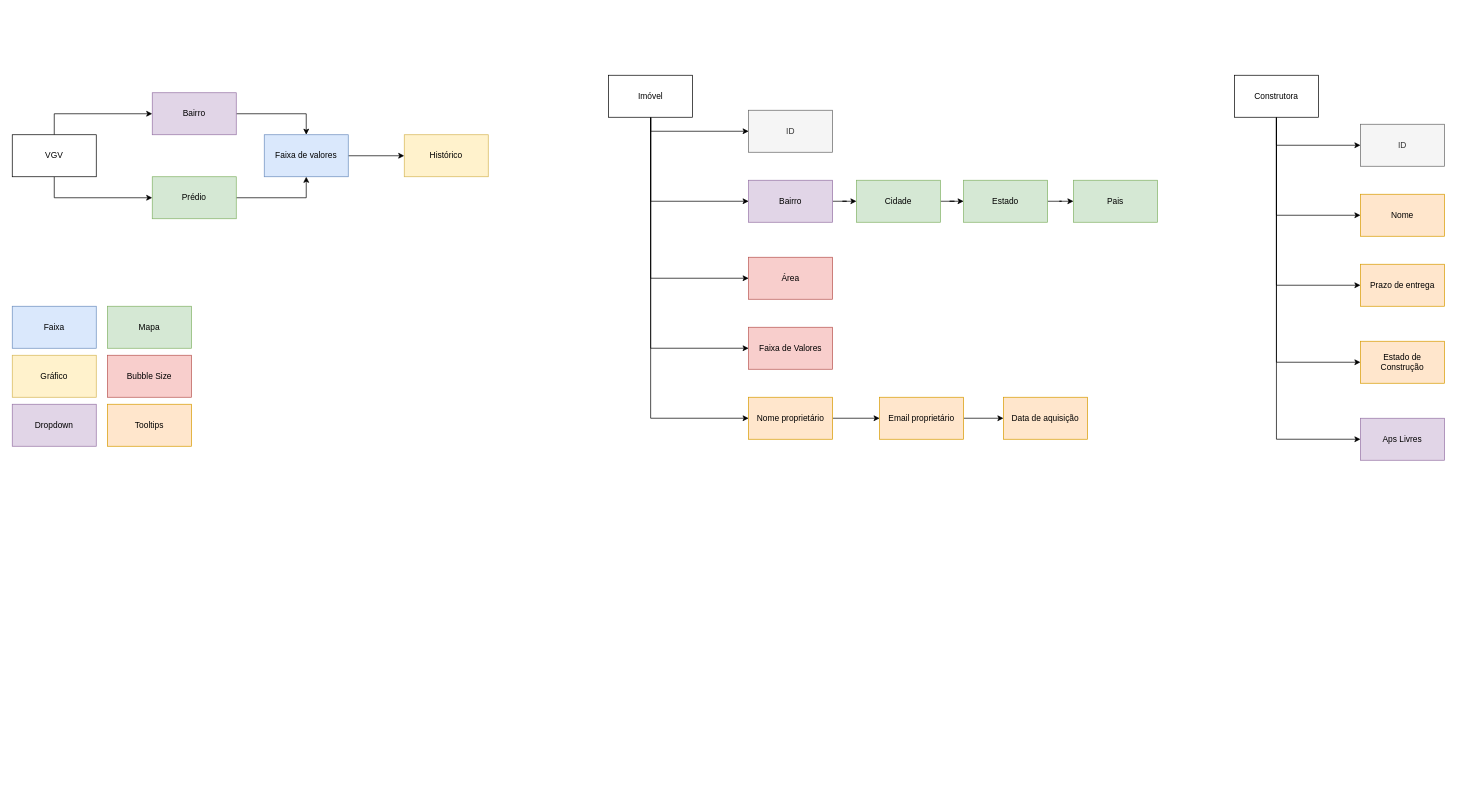
Before: Diagrama sem nome.drawio in gabriel-kasten/Acto, a draw.io diagram. Source tidied: cells renumbered, new cells numbered last; positions are measured from the earlier drawing's top-left corner, leaving out a move shared by most shapes. Both pictures are drawn from the tidied source at 70%, with x=0, y=0 at pixel (12, 75).
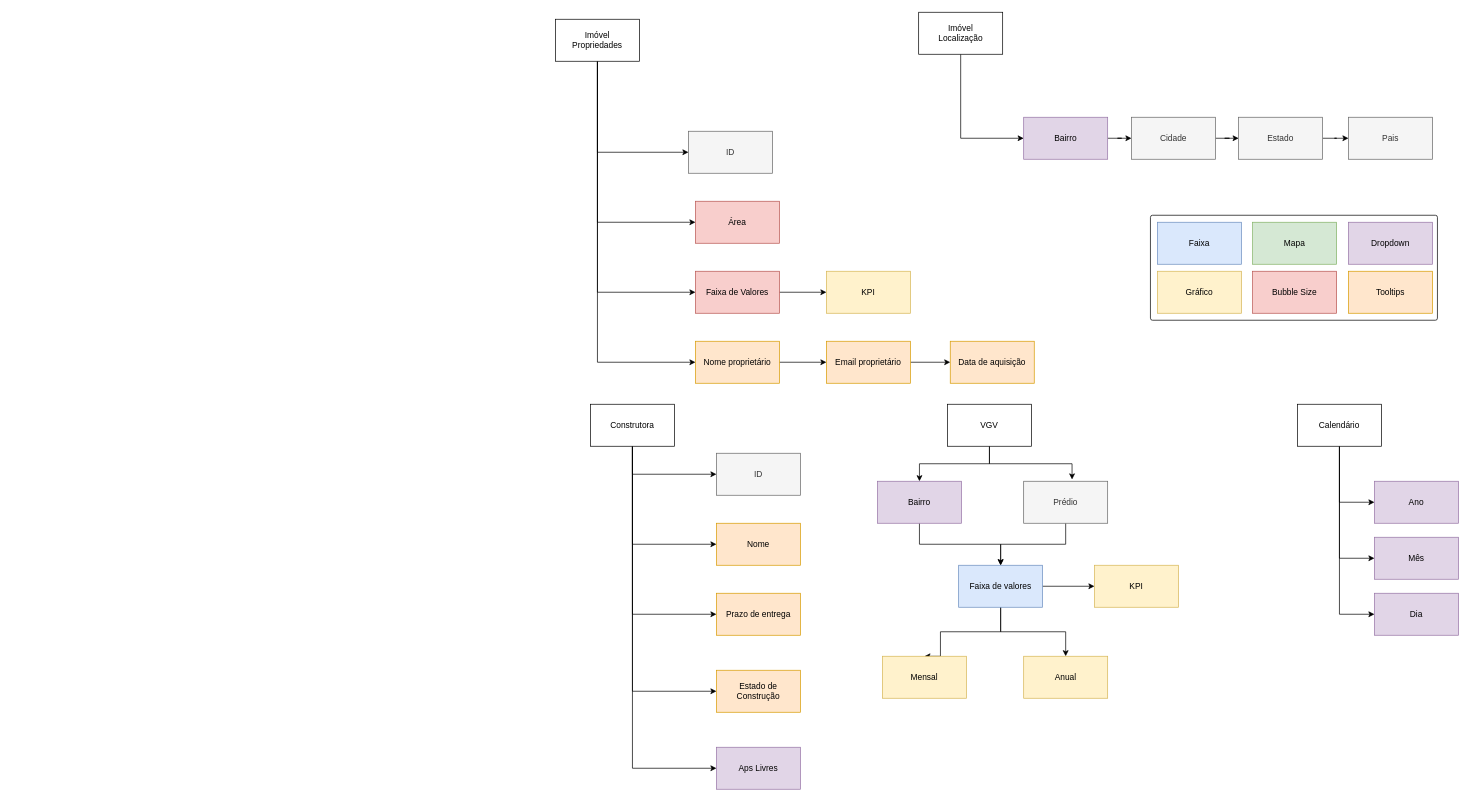
The same diagram, later.

Change to the diagram source:
```diff
@@
-    <mxCell id="2" style="edgeStyle=orthogonalEdgeStyle;rounded=0;jettySize=auto;html=1;exitX=0.5;exitY=1;exitDx=0;exitDy=0;" parent="1" edge="1" source="4" target="6">
-      <mxGeometry relative="1" as="geometry" />
-    </mxCell>
-    <mxCell id="3" style="edgeStyle=orthogonalEdgeStyle;rounded=0;jettySize=auto;html=1;entryX=0;entryY=0.5;entryDx=0;entryDy=0;" parent="1" edge="1" source="4" target="8">
-      <mxGeometry relative="1" as="geometry">
-        <Array as="points">
-          <mxPoint x="60" y="55" />
-        </Array>
-      </mxGeometry>
-    </mxCell>
-    <mxCell id="4" value="VGV" style="rounded=0;whiteSpace=wrap;html=1;" parent="1" vertex="1">
-      <mxGeometry y="85" width="120" height="60" as="geometry" />
-    </mxCell>
-    <mxCell id="5" style="edgeStyle=orthogonalEdgeStyle;rounded=0;jettySize=auto;html=1;entryX=0.5;entryY=1;entryDx=0;entryDy=0;" parent="1" edge="1" source="6" target="18">
-      <mxGeometry relative="1" as="geometry" />
-    </mxCell>
+    <mxCell id="50" style="edgeStyle=orthogonalEdgeStyle;rounded=0;jettySize=auto;html=1;" parent="1" edge="1" source="6">
+      <mxGeometry relative="1" as="geometry">
+        <mxPoint x="1412" y="700" as="targetPoint" />
+        <Array as="points">
+          <mxPoint x="1505" y="670" />
+          <mxPoint x="1412" y="670" />
+        </Array>
+      </mxGeometry>
+    </mxCell>
-    <mxCell id="6" value="Prédio" style="rounded=0;whiteSpace=wrap;html=1;fillColor=#d5e8d4;strokeColor=#82b366;" parent="1" vertex="1">
-      <mxGeometry x="200" y="145" width="120" height="60" as="geometry" />
+    <mxCell id="6" value="Prédio" style="rounded=0;whiteSpace=wrap;html=1;fillColor=#f5f5f5;strokeColor=#666666;fontColor=#333333;" parent="1" vertex="1">
+      <mxGeometry x="1444.9" y="580" width="120" height="60" as="geometry" />
     </mxCell>
-    <mxCell id="7" style="edgeStyle=orthogonalEdgeStyle;rounded=0;jettySize=auto;html=1;entryX=0.5;entryY=0;entryDx=0;entryDy=0;" parent="1" edge="1" source="8" target="18">
-      <mxGeometry relative="1" as="geometry" />
-    </mxCell>
-    <mxCell id="8" value="Bairro" style="rounded=0;whiteSpace=wrap;html=1;fillColor=#e1d5e7;strokeColor=#9673a6;" parent="1" vertex="1">
-      <mxGeometry x="200" y="25" width="120" height="60" as="geometry" />
-    </mxCell>
-    <mxCell id="9" style="edgeStyle=orthogonalEdgeStyle;rounded=0;jettySize=auto;html=1;exitX=0.5;exitY=1;exitDx=0;exitDy=0;" parent="1" edge="1" source="14" target="16">
-      <mxGeometry relative="1" as="geometry">
-        <Array as="points">
-          <mxPoint x="912" y="180" />
-        </Array>
-      </mxGeometry>
-    </mxCell>
@@
     <mxCell id="13" style="edgeStyle=orthogonalEdgeStyle;rounded=0;jettySize=auto;html=1;entryX=0;entryY=0.5;entryDx=0;entryDy=0;" parent="1" edge="1" source="14" target="37">
       <mxGeometry relative="1" as="geometry">
         <Array as="points">
-          <mxPoint x="912" y="80" />
+          <mxPoint x="836" y="110" />
         </Array>
       </mxGeometry>
     </mxCell>
-    <mxCell id="14" value="Imóvel" style="rounded=0;whiteSpace=wrap;html=1;" parent="1" vertex="1">
-      <mxGeometry x="852" width="120" height="60" as="geometry" />
+    <mxCell id="14" value="Imóvel&lt;br&gt;Propriedades" style="rounded=0;whiteSpace=wrap;html=1;" parent="1" vertex="1">
+      <mxGeometry x="776" y="-80" width="120" height="60" as="geometry" />
     </mxCell>
-    <mxCell id="15" style="edgeStyle=orthogonalEdgeStyle;rounded=0;jettySize=auto;html=1;" parent="1" edge="1" source="16" target="30">
-      <mxGeometry relative="1" as="geometry" />
+    <mxCell id="15" style="edgeStyle=orthogonalEdgeStyle;rounded=0;orthogonalLoop=1;jettySize=auto;html=1;" parent="1" edge="1">
+      <mxGeometry relative="1" as="geometry">
+        <mxPoint x="1096" y="100.1" as="sourcePoint" />
+      </mxGeometry>
     </mxCell>
-    <mxCell id="16" value="Bairro" style="rounded=0;whiteSpace=wrap;html=1;fillColor=#e1d5e7;strokeColor=#9673a6;" parent="1" vertex="1">
-      <mxGeometry x="1052" y="150" width="120" height="60" as="geometry" />
-    </mxCell>
-    <mxCell id="17" style="edgeStyle=orthogonalEdgeStyle;rounded=0;jettySize=auto;html=1;" parent="1" edge="1" source="18" target="19">
-      <mxGeometry relative="1" as="geometry" />
-    </mxCell>
+    <mxCell id="51" style="edgeStyle=orthogonalEdgeStyle;rounded=0;jettySize=auto;html=1;" parent="1" edge="1" source="18" target="59">
+      <mxGeometry relative="1" as="geometry" />
+    </mxCell>
+    <mxCell id="52" style="edgeStyle=orthogonalEdgeStyle;rounded=0;jettySize=auto;html=1;exitX=1;exitY=0.5;exitDx=0;exitDy=0;entryX=0.5;entryY=0;entryDx=0;entryDy=0;" parent="1" edge="1" source="18" target="60">
+      <mxGeometry relative="1" as="geometry">
+        <Array as="points">
+          <mxPoint x="1412" y="730" />
+          <mxPoint x="1412" y="795" />
+          <mxPoint x="1326" y="795" />
+        </Array>
+      </mxGeometry>
+    </mxCell>
+    <mxCell id="53" style="edgeStyle=orthogonalEdgeStyle;rounded=0;jettySize=auto;html=1;entryX=0;entryY=0.5;entryDx=0;entryDy=0;" parent="1" edge="1" source="18" target="67">
+      <mxGeometry relative="1" as="geometry" />
+    </mxCell>
     <mxCell id="18" value="Faixa de valores" style="rounded=0;whiteSpace=wrap;html=1;fillColor=#dae8fc;strokeColor=#6c8ebf;" parent="1" vertex="1">
-      <mxGeometry x="360" y="85" width="120" height="60" as="geometry" />
+      <mxGeometry x="1352" y="700" width="120" height="60" as="geometry" />
     </mxCell>
-    <mxCell id="19" value="Histórico" style="rounded=0;whiteSpace=wrap;html=1;fillColor=#fff2cc;strokeColor=#d6b656;" parent="1" vertex="1">
-      <mxGeometry x="560" y="85" width="120" height="60" as="geometry" />
-    </mxCell>
     <mxCell id="20" value="Dropdown" style="rounded=0;whiteSpace=wrap;html=1;fillColor=#e1d5e7;strokeColor=#9673a6;" parent="1" vertex="1">
-      <mxGeometry y="470" width="120" height="60" as="geometry" />
+      <mxGeometry x="1908.9" y="210" width="120" height="60" as="geometry" />
     </mxCell>
     <mxCell id="21" value="Mapa" style="rounded=0;whiteSpace=wrap;html=1;fillColor=#d5e8d4;strokeColor=#82b366;" parent="1" vertex="1">
-      <mxGeometry x="136" y="330" width="120" height="60" as="geometry" />
+      <mxGeometry x="1772" y="210" width="120" height="60" as="geometry" />
     </mxCell>
     <mxCell id="22" value="Gráfico" style="rounded=0;whiteSpace=wrap;html=1;fillColor=#fff2cc;strokeColor=#d6b656;" parent="1" vertex="1">
-      <mxGeometry y="400" width="120" height="60" as="geometry" />
+      <mxGeometry x="1636" y="280" width="120" height="60" as="geometry" />
     </mxCell>
     <mxCell id="23" value="Faixa" style="rounded=0;whiteSpace=wrap;html=1;fillColor=#dae8fc;strokeColor=#6c8ebf;" parent="1" vertex="1">
-      <mxGeometry y="330" width="120" height="60" as="geometry" />
+      <mxGeometry x="1636" y="210" width="120" height="60" as="geometry" />
     </mxCell>
     <mxCell id="24" value="Área" style="rounded=0;whiteSpace=wrap;html=1;fillColor=#f8cecc;strokeColor=#b85450;" parent="1" vertex="1">
-      <mxGeometry x="1052" y="260" width="120" height="60" as="geometry" />
+      <mxGeometry x="976" y="180" width="120" height="60" as="geometry" />
     </mxCell>
+    <mxCell id="54" style="edgeStyle=orthogonalEdgeStyle;rounded=0;jettySize=auto;html=1;" parent="1" edge="1" source="25" target="75">
+      <mxGeometry relative="1" as="geometry" />
+    </mxCell>
     <mxCell id="25" value="Faixa de Valores" style="rounded=0;whiteSpace=wrap;html=1;fillColor=#f8cecc;strokeColor=#b85450;" parent="1" vertex="1">
-      <mxGeometry x="1052" y="360" width="120" height="60" as="geometry" />
+      <mxGeometry x="976" y="280" width="120" height="60" as="geometry" />
     </mxCell>
@@
     <mxCell id="27" value="Nome proprietário" style="rounded=0;whiteSpace=wrap;html=1;fillColor=#ffe6cc;strokeColor=#d79b00;" parent="1" vertex="1">
-      <mxGeometry x="1052" y="460" width="120" height="60" as="geometry" />
+      <mxGeometry x="976" y="380" width="120" height="60" as="geometry" />
     </mxCell>
     <mxCell id="28" value="Data de aquisição" style="rounded=0;whiteSpace=wrap;html=1;fillColor=#ffe6cc;strokeColor=#d79b00;" parent="1" vertex="1">
-      <mxGeometry x="1416" y="460" width="120" height="60" as="geometry" />
+      <mxGeometry x="1340" y="380" width="120" height="60" as="geometry" />
     </mxCell>
-    <mxCell id="29" style="edgeStyle=orthogonalEdgeStyle;rounded=0;jettySize=auto;html=1;" parent="1" edge="1" source="30" target="32">
-      <mxGeometry relative="1" as="geometry" />
+    <mxCell id="29" style="edgeStyle=orthogonalEdgeStyle;rounded=0;orthogonalLoop=1;jettySize=auto;html=1;" parent="1" edge="1">
+      <mxGeometry relative="1" as="geometry">
+        <mxPoint x="1250" y="100.1" as="sourcePoint" />
+      </mxGeometry>
     </mxCell>
-    <mxCell id="30" value="Cidade" style="rounded=0;whiteSpace=wrap;html=1;fillColor=#d5e8d4;strokeColor=#82b366;" parent="1" vertex="1">
-      <mxGeometry x="1206" y="150" width="120" height="60" as="geometry" />
-    </mxCell>
-    <mxCell id="31" style="edgeStyle=orthogonalEdgeStyle;rounded=0;jettySize=auto;html=1;" parent="1" edge="1" source="32" target="33">
-      <mxGeometry relative="1" as="geometry" />
+    <mxCell id="31" style="edgeStyle=orthogonalEdgeStyle;rounded=0;orthogonalLoop=1;jettySize=auto;html=1;" parent="1" edge="1">
+      <mxGeometry relative="1" as="geometry">
+        <mxPoint x="1403.1" y="100.1" as="sourcePoint" />
+      </mxGeometry>
     </mxCell>
-    <mxCell id="32" value="Estado" style="rounded=0;whiteSpace=wrap;html=1;fillColor=#d5e8d4;strokeColor=#82b366;" parent="1" vertex="1">
-      <mxGeometry x="1359.1" y="150" width="120" height="60" as="geometry" />
-    </mxCell>
-    <mxCell id="33" value="Pais" style="rounded=0;whiteSpace=wrap;html=1;fillColor=#d5e8d4;strokeColor=#82b366;" parent="1" vertex="1">
-      <mxGeometry x="1516" y="150" width="120" height="60" as="geometry" />
-    </mxCell>
@@
     <mxCell id="35" value="Email proprietário" style="rounded=0;whiteSpace=wrap;html=1;fillColor=#ffe6cc;strokeColor=#d79b00;" parent="1" vertex="1">
-      <mxGeometry x="1239.1" y="460" width="120" height="60" as="geometry" />
+      <mxGeometry x="1163.1" y="380" width="120" height="60" as="geometry" />
     </mxCell>
     <mxCell id="36" value="Bubble Size" style="rounded=0;whiteSpace=wrap;html=1;fillColor=#f8cecc;strokeColor=#b85450;" parent="1" vertex="1">
-      <mxGeometry x="136" y="400" width="120" height="60" as="geometry" />
+      <mxGeometry x="1772" y="280" width="120" height="60" as="geometry" />
     </mxCell>
     <mxCell id="37" value="ID" style="rounded=0;whiteSpace=wrap;html=1;fillColor=#f5f5f5;fontColor=#333333;strokeColor=#666666;" parent="1" vertex="1">
-      <mxGeometry x="1052" y="50" width="120" height="60" as="geometry" />
+      <mxGeometry x="966" y="80" width="120" height="60" as="geometry" />
     </mxCell>
     <mxCell id="38" style="edgeStyle=orthogonalEdgeStyle;rounded=0;jettySize=auto;html=1;entryX=0;entryY=0.5;entryDx=0;entryDy=0;" parent="1" edge="1" source="43" target="44">
       <mxGeometry relative="1" as="geometry">
         <Array as="points">
-          <mxPoint x="1806" y="100" />
+          <mxPoint x="886" y="570" />
         </Array>
       </mxGeometry>
     </mxCell>
     <mxCell id="39" style="edgeStyle=orthogonalEdgeStyle;rounded=0;jettySize=auto;html=1;entryX=0;entryY=0.5;entryDx=0;entryDy=0;" parent="1" edge="1" source="43" target="45">
       <mxGeometry relative="1" as="geometry">
         <Array as="points">
-          <mxPoint x="1806" y="200" />
+          <mxPoint x="886" y="670" />
         </Array>
       </mxGeometry>
     </mxCell>
     <mxCell id="40" style="edgeStyle=orthogonalEdgeStyle;rounded=0;jettySize=auto;html=1;entryX=0;entryY=0.5;entryDx=0;entryDy=0;" parent="1" edge="1" source="43" target="46">
       <mxGeometry relative="1" as="geometry">
         <Array as="points">
-          <mxPoint x="1806" y="300" />
+          <mxPoint x="886" y="770" />
         </Array>
       </mxGeometry>
     </mxCell>
     <mxCell id="41" style="edgeStyle=orthogonalEdgeStyle;rounded=0;jettySize=auto;html=1;entryX=0;entryY=0.5;entryDx=0;entryDy=0;" parent="1" edge="1" source="43" target="48">
       <mxGeometry relative="1" as="geometry">
         <Array as="points">
-          <mxPoint x="1806" y="410" />
+          <mxPoint x="886" y="880" />
         </Array>
       </mxGeometry>
     </mxCell>
     <mxCell id="42" style="edgeStyle=orthogonalEdgeStyle;rounded=0;jettySize=auto;html=1;entryX=0;entryY=0.5;entryDx=0;entryDy=0;" parent="1" edge="1" source="43" target="47">
       <mxGeometry relative="1" as="geometry">
         <Array as="points">
-          <mxPoint x="1806" y="520" />
+          <mxPoint x="886" y="990" />
         </Array>
       </mxGeometry>
     </mxCell>
     <mxCell id="43" value="Construtora" style="rounded=0;whiteSpace=wrap;html=1;" parent="1" vertex="1">
-      <mxGeometry x="1746" width="120" height="60" as="geometry" />
+      <mxGeometry x="826" y="470" width="120" height="60" as="geometry" />
     </mxCell>
     <mxCell id="44" value="ID" style="rounded=0;whiteSpace=wrap;html=1;fillColor=#f5f5f5;fontColor=#333333;strokeColor=#666666;" parent="1" vertex="1">
-      <mxGeometry x="1926" y="70" width="120" height="60" as="geometry" />
+      <mxGeometry x="1006" y="540" width="120" height="60" as="geometry" />
     </mxCell>
     <mxCell id="45" value="Nome" style="rounded=0;whiteSpace=wrap;html=1;fillColor=#ffe6cc;strokeColor=#d79b00;" parent="1" vertex="1">
-      <mxGeometry x="1926" y="170" width="120" height="60" as="geometry" />
+      <mxGeometry x="1006" y="640" width="120" height="60" as="geometry" />
     </mxCell>
     <mxCell id="46" value="Prazo de entrega" style="rounded=0;whiteSpace=wrap;html=1;fillColor=#ffe6cc;strokeColor=#d79b00;" parent="1" vertex="1">
-      <mxGeometry x="1926" y="270" width="120" height="60" as="geometry" />
+      <mxGeometry x="1006" y="740" width="120" height="60" as="geometry" />
     </mxCell>
     <mxCell id="47" value="Aps Livres" style="rounded=0;whiteSpace=wrap;html=1;fillColor=#e1d5e7;strokeColor=#9673a6;" parent="1" vertex="1">
-      <mxGeometry x="1926" y="490" width="120" height="60" as="geometry" />
+      <mxGeometry x="1006" y="960" width="120" height="60" as="geometry" />
     </mxCell>
     <mxCell id="48" value="Estado de&lt;br&gt;Construção" style="rounded=0;whiteSpace=wrap;html=1;fillColor=#ffe6cc;strokeColor=#d79b00;" parent="1" vertex="1">
-      <mxGeometry x="1926" y="380" width="120" height="60" as="geometry" />
+      <mxGeometry x="1006" y="850" width="120" height="60" as="geometry" />
     </mxCell>
     <mxCell id="49" value="Tooltips" style="rounded=0;whiteSpace=wrap;html=1;fillColor=#ffe6cc;strokeColor=#d79b00;" parent="1" vertex="1">
-      <mxGeometry x="136" y="470" width="120" height="60" as="geometry" />
+      <mxGeometry x="1908.9" y="280" width="120" height="60" as="geometry" />
     </mxCell>
+    <mxCell id="55" style="rounded=1;whiteSpace=wrap;html=1;fillColor=none;arcSize=2;" parent="1" vertex="1">
+      <mxGeometry x="1626" y="200" width="410" height="150" as="geometry" />
+    </mxCell>
+    <mxCell id="56" style="edgeStyle=orthogonalEdgeStyle;rounded=0;jettySize=auto;html=1;entryX=0.5;entryY=0;entryDx=0;entryDy=0;" parent="1" edge="1" source="4" target="58">
+      <mxGeometry relative="1" as="geometry" />
+    </mxCell>
+    <mxCell id="2" style="edgeStyle=orthogonalEdgeStyle;rounded=0;jettySize=auto;html=1;entryX=0.576;entryY=-0.043;entryDx=0;entryDy=0;entryPerimeter=0;" parent="1" edge="1" source="4" target="6">
+      <mxGeometry relative="1" as="geometry" />
+    </mxCell>
+    <mxCell id="4" value="VGV" style="rounded=0;whiteSpace=wrap;html=1;" parent="1" vertex="1">
+      <mxGeometry x="1336" y="470" width="120" height="60" as="geometry" />
+    </mxCell>
+    <mxCell id="57" style="edgeStyle=orthogonalEdgeStyle;rounded=0;jettySize=auto;html=1;entryX=0.5;entryY=0;entryDx=0;entryDy=0;" parent="1" edge="1" source="58" target="18">
+      <mxGeometry relative="1" as="geometry" />
+    </mxCell>
+    <mxCell id="58" value="Bairro" style="rounded=0;whiteSpace=wrap;html=1;fillColor=#e1d5e7;strokeColor=#9673a6;" parent="1" vertex="1">
+      <mxGeometry x="1236" y="580" width="120" height="60" as="geometry" />
+    </mxCell>
+    <mxCell id="59" value="Anual" style="whiteSpace=wrap;html=1;fillColor=#fff2cc;strokeColor=#d6b656;rounded=0;" parent="1" vertex="1">
+      <mxGeometry x="1444.9" y="830" width="120" height="60" as="geometry" />
+    </mxCell>
+    <mxCell id="60" value="Mensal" style="whiteSpace=wrap;html=1;fillColor=#fff2cc;strokeColor=#d6b656;rounded=0;" parent="1" vertex="1">
+      <mxGeometry x="1243.1" y="830" width="120" height="60" as="geometry" />
+    </mxCell>
+    <mxCell id="61" style="edgeStyle=orthogonalEdgeStyle;rounded=0;jettySize=auto;html=1;entryX=0;entryY=0.5;entryDx=0;entryDy=0;exitX=0.5;exitY=1;exitDx=0;exitDy=0;" parent="1" edge="1" source="62" target="64">
+      <mxGeometry relative="1" as="geometry" />
+    </mxCell>
+    <mxCell id="62" value="Imóvel&lt;br&gt;Localização" style="rounded=0;whiteSpace=wrap;html=1;" parent="1" vertex="1">
+      <mxGeometry x="1294.9" y="-90" width="120" height="60" as="geometry" />
+    </mxCell>
+    <mxCell id="63" style="edgeStyle=orthogonalEdgeStyle;rounded=0;jettySize=auto;html=1;" parent="1" edge="1" source="64" target="30">
+      <mxGeometry relative="1" as="geometry" />
+    </mxCell>
+    <mxCell id="64" value="Bairro" style="rounded=0;whiteSpace=wrap;html=1;fillColor=#e1d5e7;strokeColor=#9673a6;" parent="1" vertex="1">
+      <mxGeometry x="1444.9" y="60" width="120" height="60" as="geometry" />
+    </mxCell>
+    <mxCell id="65" style="edgeStyle=orthogonalEdgeStyle;rounded=0;jettySize=auto;html=1;" parent="1" edge="1" source="30" target="32">
+      <mxGeometry relative="1" as="geometry" />
+    </mxCell>
+    <mxCell id="30" value="Cidade" style="rounded=0;whiteSpace=wrap;html=1;fillColor=#f5f5f5;strokeColor=#666666;fontColor=#333333;" parent="1" vertex="1">
+      <mxGeometry x="1598.9" y="60" width="120" height="60" as="geometry" />
+    </mxCell>
+    <mxCell id="66" style="edgeStyle=orthogonalEdgeStyle;rounded=0;jettySize=auto;html=1;" parent="1" edge="1" source="32" target="33">
+      <mxGeometry relative="1" as="geometry" />
+    </mxCell>
+    <mxCell id="32" value="Estado" style="rounded=0;whiteSpace=wrap;html=1;fillColor=#f5f5f5;strokeColor=#666666;fontColor=#333333;" parent="1" vertex="1">
+      <mxGeometry x="1752" y="60" width="120" height="60" as="geometry" />
+    </mxCell>
+    <mxCell id="33" value="Pais" style="rounded=0;whiteSpace=wrap;html=1;fillColor=#f5f5f5;strokeColor=#666666;fontColor=#333333;" parent="1" vertex="1">
+      <mxGeometry x="1908.9" y="60" width="120" height="60" as="geometry" />
+    </mxCell>
+    <mxCell id="67" value="KPI" style="rounded=0;whiteSpace=wrap;html=1;fillColor=#fff2cc;strokeColor=#d6b656;" parent="1" vertex="1">
+      <mxGeometry x="1546" y="700" width="120" height="60" as="geometry" />
+    </mxCell>
+    <mxCell id="68" style="edgeStyle=orthogonalEdgeStyle;rounded=0;jettySize=auto;html=1;entryX=0;entryY=0.5;entryDx=0;entryDy=0;" parent="1" edge="1" source="71" target="72">
+      <mxGeometry relative="1" as="geometry" />
+    </mxCell>
+    <mxCell id="69" style="edgeStyle=orthogonalEdgeStyle;rounded=0;jettySize=auto;html=1;entryX=0;entryY=0.5;entryDx=0;entryDy=0;" parent="1" edge="1" source="71" target="73">
+      <mxGeometry relative="1" as="geometry" />
+    </mxCell>
+    <mxCell id="70" style="edgeStyle=orthogonalEdgeStyle;rounded=0;jettySize=auto;html=1;entryX=0;entryY=0.5;entryDx=0;entryDy=0;" parent="1" edge="1" source="71" target="74">
+      <mxGeometry relative="1" as="geometry" />
+    </mxCell>
+    <mxCell id="71" value="Calendário" style="rounded=0;whiteSpace=wrap;html=1;" parent="1" vertex="1">
+      <mxGeometry x="1836" y="470" width="120" height="60" as="geometry" />
+    </mxCell>
+    <mxCell id="72" value="Ano" style="rounded=0;whiteSpace=wrap;html=1;fillColor=#e1d5e7;strokeColor=#9673a6;" parent="1" vertex="1">
+      <mxGeometry x="1946" y="580" width="120" height="60" as="geometry" />
+    </mxCell>
+    <mxCell id="73" value="Mês" style="rounded=0;whiteSpace=wrap;html=1;fillColor=#e1d5e7;strokeColor=#9673a6;" parent="1" vertex="1">
+      <mxGeometry x="1946" y="660" width="120" height="60" as="geometry" />
+    </mxCell>
+    <mxCell id="74" value="Dia" style="rounded=0;whiteSpace=wrap;html=1;fillColor=#e1d5e7;strokeColor=#9673a6;" parent="1" vertex="1">
+      <mxGeometry x="1946" y="740" width="120" height="60" as="geometry" />
+    </mxCell>
+    <mxCell id="75" value="KPI" style="rounded=0;whiteSpace=wrap;html=1;fillColor=#fff2cc;strokeColor=#d6b656;" parent="1" vertex="1">
+      <mxGeometry x="1163.1" y="280" width="120" height="60" as="geometry" />
+    </mxCell>
```
